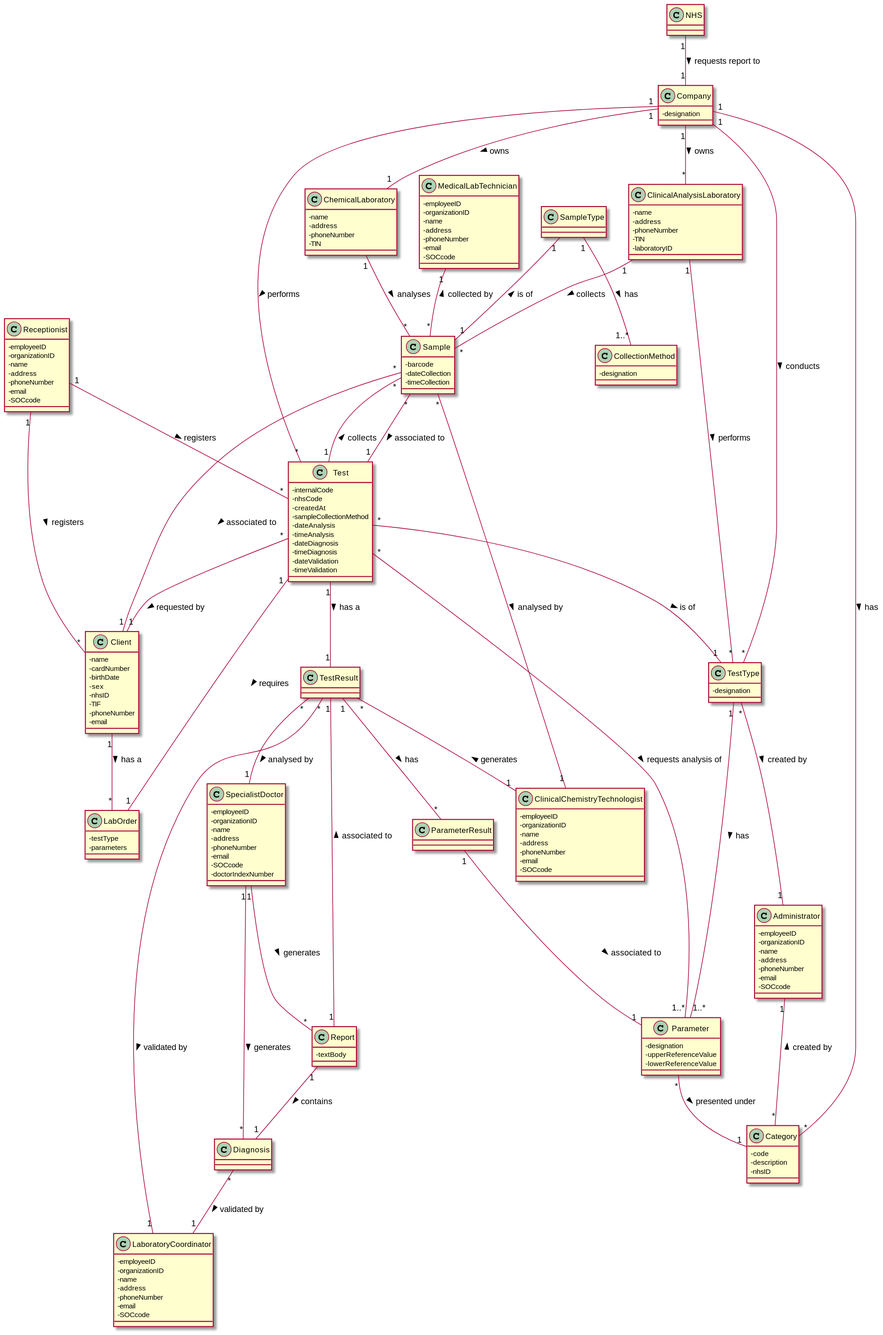
Earlier version of the PlantUML export docs/SprintB/DM.svg (MadDinosaur/ISEP-LAPR2).
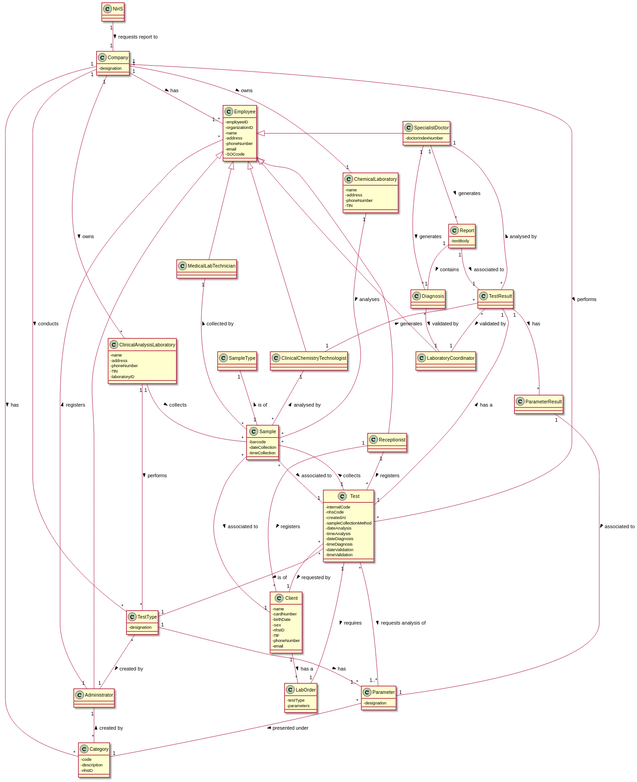
The same diagram one commit later.

The edit, as a diff of the source:
```diff
@@ -1,15 +1,7 @@
 @startuml
 skinparam classAttributeIconSize 0
 
-class Administrator {
--employeeID
--organizationID
--name
--address
--phoneNumber
--email
--SOCcode
-}
+class Administrator
 class Category {
 -code
 -description
@@ -20,9 +12,6 @@
 -address
 -phoneNumber
 -TIN
-}
-class CollectionMethod {
--designation
 }
 class Client {
 -name
@@ -41,7 +30,16 @@
 -TIN
 -laboratoryID
 }
-class ClinicalChemistryTechnologist {
+class ClinicalChemistryTechnologist
+class Company {
+-designation
+}
+class Diagnosis
+class LabOrder {
+-testType
+-parameters
+}
+class Employee {
 -employeeID
 -organizationID
 -name
@@ -50,42 +48,10 @@
 -email
 -SOCcode
 }
-class Company {
--designation
-}
-class Diagnosis
-class LabOrder {
--testType
--parameters
-}
-class LaboratoryCoordinator {
--employeeID
--organizationID
--name
--address
--phoneNumber
--email
--SOCcode
-}
-class MedicalLabTechnician {
--employeeID
--organizationID
--name
--address
--phoneNumber
--email
--SOCcode
-}
+class LaboratoryCoordinator
+class MedicalLabTechnician
 class NHS
-class Receptionist {
--employeeID
--organizationID
--name
--address
--phoneNumber
--email
--SOCcode
-}
+class Receptionist
 class Test {
 -internalCode
 -nhsCode
@@ -100,8 +66,6 @@
 }
 class Parameter {
 -designation
--upperReferenceValue
--lowerReferenceValue
 }
 class ParameterResult
 class Report {
@@ -118,13 +82,6 @@
 }
 class SampleType
 class SpecialistDoctor {
--employeeID
--organizationID
--name
--address
--phoneNumber
--email
--SOCcode
 -doctorIndexNumber
 }
 
@@ -165,5 +122,12 @@
 TestResult "1"--"*" ParameterResult : has >
 TestType "*"--"1" Administrator : created by >
 TestType "1"--"1..*" Parameter : has >
-SampleType "1"--"1..*" CollectionMethod : has >
+Employee <|-down- Administrator
+Employee <|-down- ClinicalChemistryTechnologist
+Employee <|-down- MedicalLabTechnician
+Employee <|-down- LaboratoryCoordinator
+Employee <|-down- Receptionist
+Employee <|-right- SpecialistDoctor
+Company "1"--"1..*" Employee : has >
+Administrator "1"--"*" Employee : registers >
 @enduml
```
